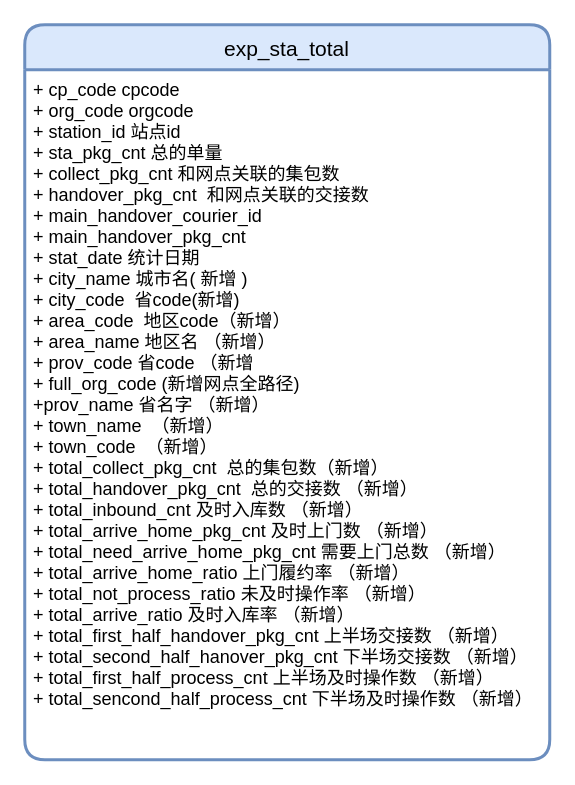
The draw.io diagram 站点数据表.drawio in stevesgit/ReadingNotes, before the edit. Source tidied: cells renumbered, new cells numbered last; positions are measured from the earlier drawing's top-left corner, leaving out a move shared by most shapes. Both pictures are drawn from the tidied source at 150%, with x=0, y=0 at pixel (24, 24).
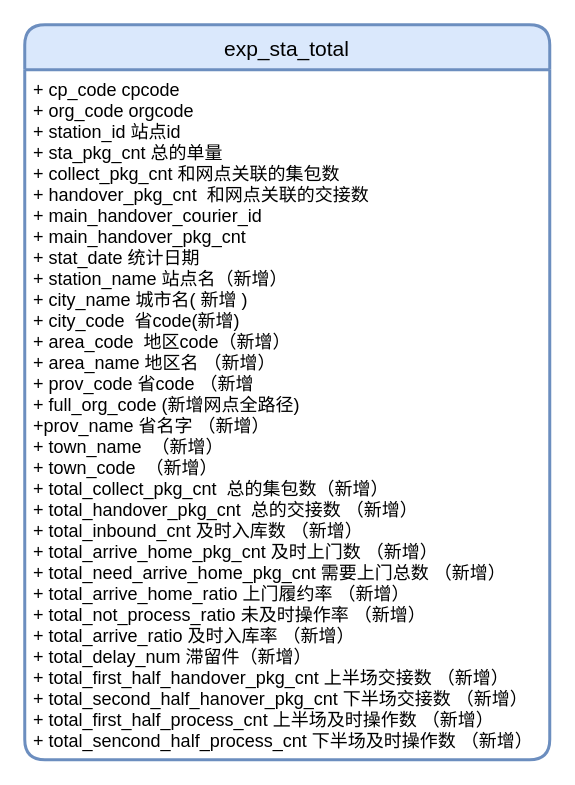
The same diagram, later.

Commit message:
Update 站点数据表.drawio

Change to the diagram source:
```diff
@@
 <mxGraphModel>
   <root>
     <mxCell id="0" />
     <mxCell id="1" parent="0" />
     <mxCell id="2" value="exp_sta_total" style="swimlane;horizontal=1;startSize=30;rounded=1;fontSize=14;fontStyle=0;strokeWidth=2;shadow=0;dashed=0;align=center;fillColor=#dae8fc;strokeColor=#6c8ebf;" parent="1" vertex="1">
       <mxGeometry width="350" height="490" as="geometry" />
     </mxCell>
-    <mxCell id="3" value="+ cp_code cpcode&#10;+ org_code orgcode&#10;+ station_id 站点id&#10;+ sta_pkg_cnt 总的单量&#10;+ collect_pkg_cnt 和网点关联的集包数&#10;+ handover_pkg_cnt  和网点关联的交接数&#10;+ main_handover_courier_id &#10;+ main_handover_pkg_cnt&#10;+ stat_date 统计日期&#10;+ city_name 城市名( 新增 )&#10;+ city_code  省code(新增)&#10;+ area_code  地区code（新增）&#10;+ area_name 地区名 （新增）&#10;+ prov_code 省code （新增&#10;+ full_org_code (新增网点全路径)&#10;+prov_name 省名字 （新增）&#10;+ town_name  （新增）&#10;+ town_code  （新增）&#10;+ total_collect_pkg_cnt  总的集包数（新增）&#10;+ total_handover_pkg_cnt  总的交接数 （新增）&#10;+ total_inbound_cnt 及时入库数 （新增）&#10;+ total_arrive_home_pkg_cnt 及时上门数 （新增）&#10;+ total_need_arrive_home_pkg_cnt 需要上门总数 （新增）&#10;+ total_arrive_home_ratio 上门履约率 （新增）&#10;+ total_not_process_ratio 未及时操作率 （新增）&#10;+ total_arrive_ratio 及时入库率 （新增）&#10;+ total_first_half_handover_pkg_cnt 上半场交接数 （新增）&#10;+ total_second_half_hanover_pkg_cnt 下半场交接数 （新增）&#10;+ total_first_half_process_cnt 上半场及时操作数 （新增）&#10;+ total_sencond_half_process_cnt 下半场及时操作数 （新增）&#10;" style="align=left;strokeColor=none;fillColor=none;spacingLeft=4;fontSize=12;verticalAlign=top;" parent="2" vertex="1">
+    <mxCell id="3" value="+ cp_code cpcode&#10;+ org_code orgcode&#10;+ station_id 站点id&#10;+ sta_pkg_cnt 总的单量&#10;+ collect_pkg_cnt 和网点关联的集包数&#10;+ handover_pkg_cnt  和网点关联的交接数&#10;+ main_handover_courier_id &#10;+ main_handover_pkg_cnt&#10;+ stat_date 统计日期&#10;+ station_name 站点名（新增）&#10;+ city_name 城市名( 新增 )&#10;+ city_code  省code(新增)&#10;+ area_code  地区code（新增）&#10;+ area_name 地区名 （新增）&#10;+ prov_code 省code （新增&#10;+ full_org_code (新增网点全路径)&#10;+prov_name 省名字 （新增）&#10;+ town_name  （新增）&#10;+ town_code  （新增）&#10;+ total_collect_pkg_cnt  总的集包数（新增）&#10;+ total_handover_pkg_cnt  总的交接数 （新增）&#10;+ total_inbound_cnt 及时入库数 （新增）&#10;+ total_arrive_home_pkg_cnt 及时上门数 （新增）&#10;+ total_need_arrive_home_pkg_cnt 需要上门总数 （新增）&#10;+ total_arrive_home_ratio 上门履约率 （新增）&#10;+ total_not_process_ratio 未及时操作率 （新增）&#10;+ total_arrive_ratio 及时入库率 （新增）&#10;+ total_delay_num 滞留件（新增）&#10;+ total_first_half_handover_pkg_cnt 上半场交接数 （新增）&#10;+ total_second_half_hanover_pkg_cnt 下半场交接数 （新增）&#10;+ total_first_half_process_cnt 上半场及时操作数 （新增）&#10;+ total_sencond_half_process_cnt 下半场及时操作数 （新增）&#10;" style="align=left;strokeColor=none;fillColor=none;spacingLeft=4;fontSize=12;verticalAlign=top;" parent="2" vertex="1">
       <mxGeometry y="30" width="350" height="460" as="geometry" />
     </mxCell>
   </root>
 </mxGraphModel>
```
